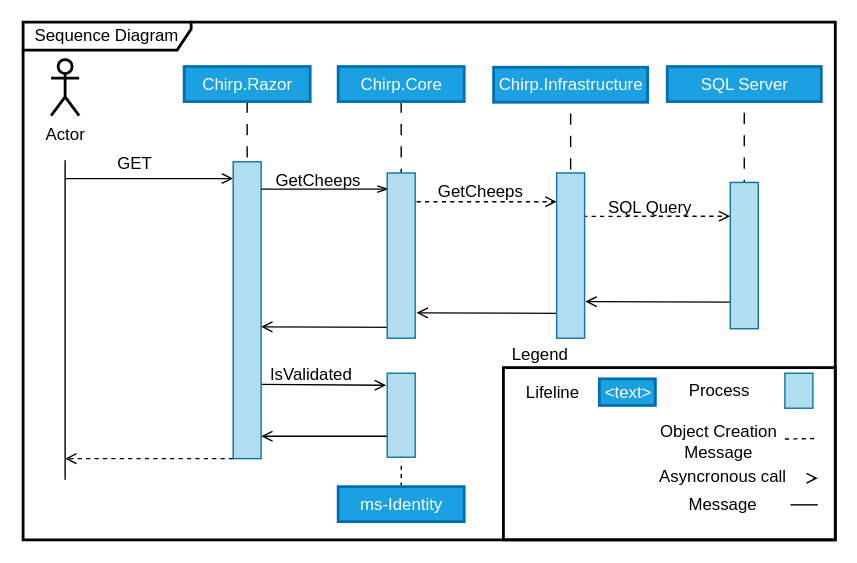
Before: Docs/Images/SequenceDiagramUnauthorized.svg, a diagram exported from draw.io (ITU-BDSA23-GROUP4/Chirp). Source tidied: cells renumbered, new cells last; positions are measured from the earlier drawing's top-left corner, leaving out a move shared by most shapes.
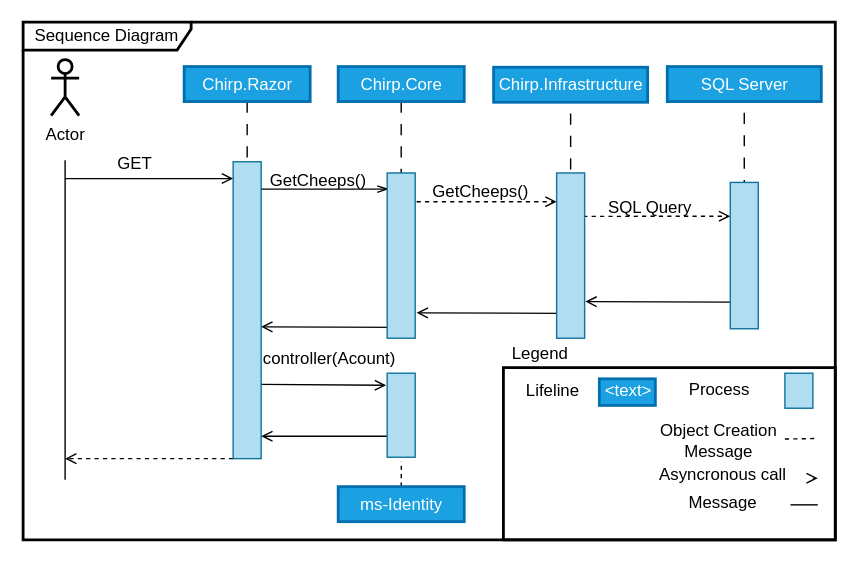
Above is the later version.

Diff of the diagram source:
```diff
@@ -72,7 +72,7 @@
         <mxPoint x="261" y="119.5" as="targetPoint" />
       </mxGeometry>
     </mxCell>
-    <mxCell id="19" value="GetCheeps" style="text;html=1;strokeColor=none;fillColor=none;align=center;verticalAlign=middle;whiteSpace=wrap;rounded=0;strokeWidth=1;fontColor=#000000;" parent="1" vertex="1">
+    <mxCell id="19" value="GetCheeps()" style="text;html=1;strokeColor=none;fillColor=none;align=center;verticalAlign=middle;whiteSpace=wrap;rounded=0;strokeWidth=1;fontColor=#000000;" parent="1" vertex="1">
       <mxGeometry x="297" y="112" width="60" height="20" as="geometry" />
     </mxCell>
     <mxCell id="20" style="edgeStyle=none;html=1;entryX=0.5;entryY=0;entryDx=0;entryDy=0;dashed=1;dashPattern=8 8;strokeColor=#000000;fontColor=#000000;endArrow=none;endFill=0;exitX=0.5;exitY=1;exitDx=0;exitDy=0;" parent="1" edge="1" target="23">
@@ -92,7 +92,7 @@
     <mxCell id="23" style="html=1;strokeColor=#10739e;strokeWidth=1;fillColor=#b1ddf0;" parent="1" vertex="1">
       <mxGeometry x="505" y="114.8" width="20" height="104.5" as="geometry" />
     </mxCell>
-    <mxCell id="24" value="GetCheeps" style="text;html=1;strokeColor=none;fillColor=none;align=center;verticalAlign=middle;whiteSpace=wrap;rounded=0;strokeWidth=1;fontColor=#000000;" parent="1" vertex="1">
+    <mxCell id="24" value="GetCheeps()" style="text;html=1;strokeColor=none;fillColor=none;align=center;verticalAlign=middle;whiteSpace=wrap;rounded=0;strokeWidth=1;fontColor=#000000;" parent="1" vertex="1">
       <mxGeometry x="181" y="104" width="60" height="20" as="geometry" />
     </mxCell>
     <mxCell id="25" value="SQL Query" style="text;html=1;strokeColor=none;fillColor=none;align=center;verticalAlign=middle;whiteSpace=wrap;rounded=0;strokeWidth=1;fontColor=#000000;" parent="1" vertex="1">
@@ -116,8 +116,8 @@
     <mxCell id="29" style="html=1;strokeColor=#10739e;strokeWidth=1;fillColor=#b1ddf0;" parent="1" vertex="1">
       <mxGeometry x="381" y="108" width="20" height="118" as="geometry" />
     </mxCell>
-    <mxCell id="30" value="IsValidated" style="text;html=1;strokeColor=none;fillColor=none;align=center;verticalAlign=middle;whiteSpace=wrap;rounded=0;strokeWidth=1;fontColor=#000000;" parent="1" vertex="1">
-      <mxGeometry x="171" y="242" width="70" height="20" as="geometry" />
+    <mxCell id="30" value="&lt;span&gt;&lt;span dir=&quot;ltr&quot; class=&quot;ui-provider buk bul bln bum bun buo bup buq bur bus but buu buv buw bux buy buz bva bvb bvc bvd bve bvf bvg bvh bvi bvj bvk bvl bvm bvn bvo bvp bvq bvr&quot;&gt;controller(Acount)&lt;/span&gt;&lt;/span&gt;" style="text;html=1;strokeColor=none;fillColor=none;align=center;verticalAlign=middle;whiteSpace=wrap;rounded=0;strokeWidth=1;fontColor=#000000;" parent="1" vertex="1">
+      <mxGeometry x="184" y="231" width="70" height="20" as="geometry" />
     </mxCell>
     <mxCell id="31" style="edgeStyle=none;html=1;exitX=0;exitY=0.75;exitDx=0;exitDy=0;strokeColor=#000000;fontColor=#000000;endArrow=open;endFill=0;targetPerimeterSpacing=18;" parent="1" edge="1" source="32">
       <mxGeometry relative="1" as="geometry">
```
